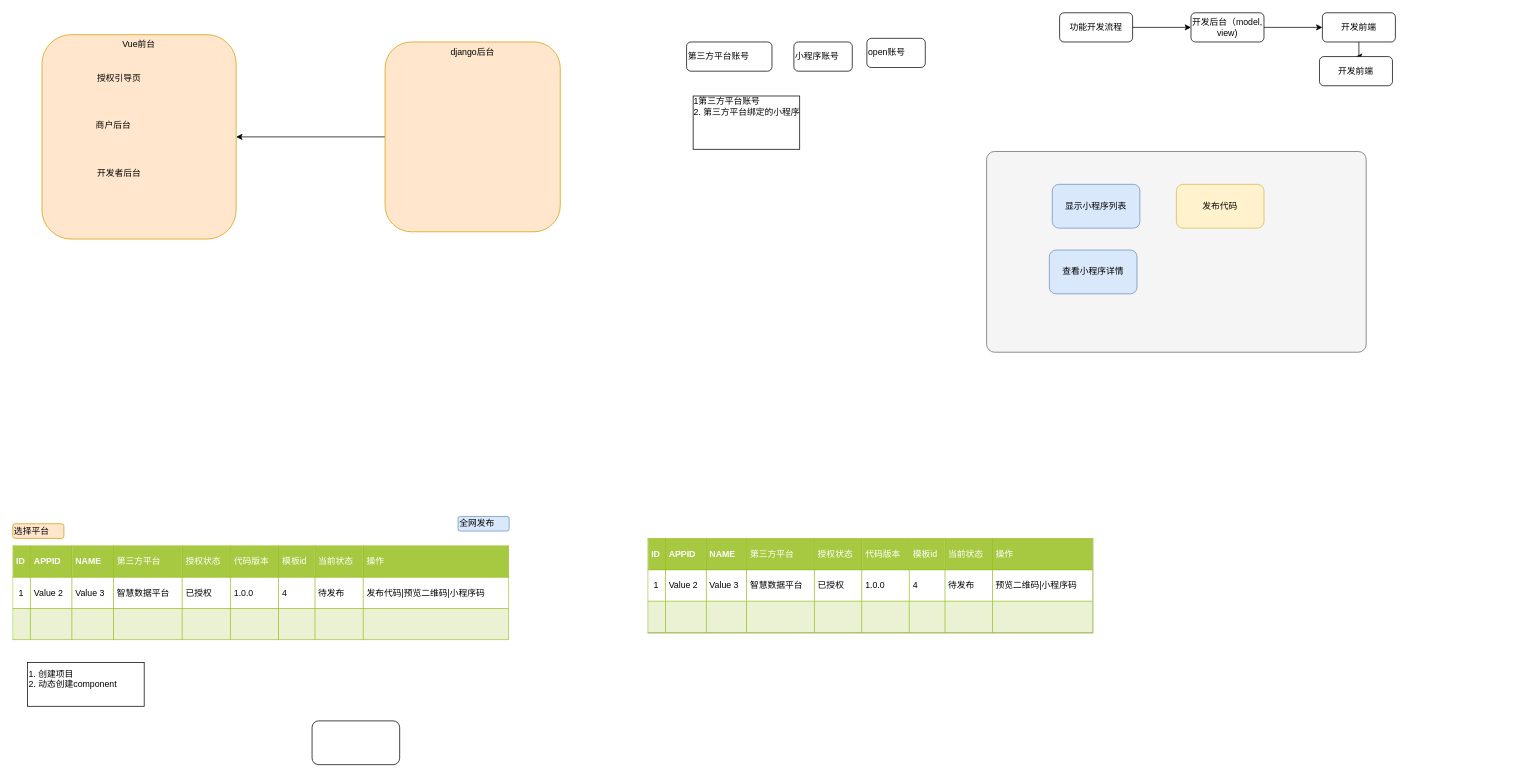
The draw.io diagram page "wxa_platform" (1 of 5) of assets/drawio/wxa_platform.drawio in atanx/atanx.github.io, before the edit. Source tidied: cells renumbered, new cells numbered last; positions are measured from the earlier drawing's top-left corner, leaving out a move shared by most shapes. Both pictures are drawn from the tidied source at 73%, with x=0, y=0 at pixel (12, 12).
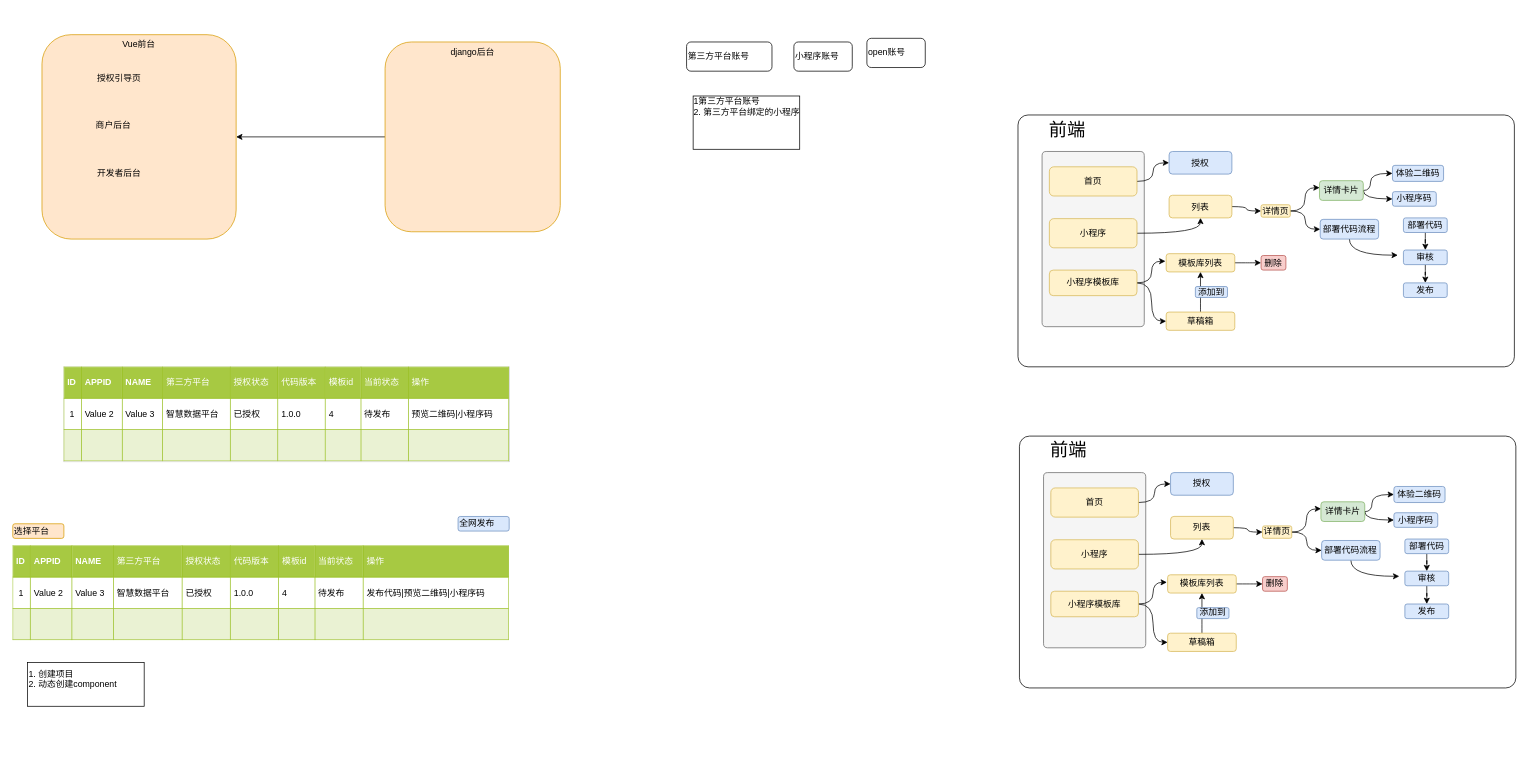
The same page after the edit.

The edit, as a diff of the source:
```diff
@@
+    <mxCell id="29" style="rounded=1;whiteSpace=wrap;html=1;arcSize=5;" parent="1" vertex="1">
+      <mxGeometry x="1900" y="273" width="75" height="127" as="geometry" />
+    </mxCell>
+    <mxCell id="30" style="rounded=1;whiteSpace=wrap;html=1;arcSize=4;" parent="1" vertex="1">
+      <mxGeometry x="1377" y="140" width="680" height="345" as="geometry" />
+    </mxCell>
     <mxCell id="2" style="rounded=1;whiteSpace=wrap;html=1;arcSize=4;fillColor=#f5f5f5;strokeColor=#666666;fontColor=#333333;" parent="1" vertex="1">
-      <mxGeometry x="1334" y="190" width="520" height="275" as="geometry" />
+      <mxGeometry x="1410" y="190" width="140" height="240" as="geometry" />
     </mxCell>
@@
+    <mxCell id="31" style="edgeStyle=orthogonalEdgeStyle;curved=1;rounded=0;jettySize=auto;html=1;" parent="1" edge="1" source="12" target="32">
+      <mxGeometry relative="1" as="geometry" />
+    </mxCell>
-    <mxCell id="12" value="发布代码" style="rounded=1;whiteSpace=wrap;html=1;fillColor=#fff2cc;strokeColor=#d6b656;" parent="1" vertex="1">
-      <mxGeometry x="1594" y="235" width="120" height="60" as="geometry" />
+    <mxCell id="12" value="模板库列表" style="rounded=1;whiteSpace=wrap;html=1;fillColor=#fff2cc;strokeColor=#d6b656;" parent="1" vertex="1">
+      <mxGeometry x="1580" y="330" width="94" height="25" as="geometry" />
     </mxCell>
+    <mxCell id="32" value="删除" style="rounded=1;whiteSpace=wrap;html=1;fillColor=#f8cecc;strokeColor=#b85450;" parent="1" vertex="1">
+      <mxGeometry x="1710" y="332.5" width="34" height="20" as="geometry" />
+    </mxCell>
+    <mxCell id="33" style="edgeStyle=orthogonalEdgeStyle;curved=1;rounded=0;jettySize=auto;html=1;" parent="1" edge="1" source="13" target="35">
+      <mxGeometry relative="1" as="geometry" />
+    </mxCell>
-    <mxCell id="13" value="显示小程序列表" style="rounded=1;whiteSpace=wrap;html=1;fillColor=#dae8fc;strokeColor=#6c8ebf;" parent="1" vertex="1">
-      <mxGeometry x="1424" y="235" width="120" height="60" as="geometry" />
+    <mxCell id="13" value="小程序" style="rounded=1;whiteSpace=wrap;html=1;fillColor=#fff2cc;strokeColor=#d6b656;" parent="1" vertex="1">
+      <mxGeometry x="1420" y="282" width="120" height="40" as="geometry" />
     </mxCell>
+    <mxCell id="34" style="edgeStyle=orthogonalEdgeStyle;curved=1;rounded=0;jettySize=auto;html=1;" parent="1" edge="1" source="35" target="38">
+      <mxGeometry relative="1" as="geometry" />
+    </mxCell>
+    <mxCell id="35" value="列表" style="rounded=1;whiteSpace=wrap;html=1;fillColor=#fff2cc;strokeColor=#d6b656;" parent="1" vertex="1">
+      <mxGeometry x="1584" y="250" width="86" height="31" as="geometry" />
+    </mxCell>
+    <mxCell id="36" style="edgeStyle=orthogonalEdgeStyle;curved=1;rounded=0;jettySize=auto;html=1;entryX=0.003;entryY=0.356;entryDx=0;entryDy=0;entryPerimeter=0;" parent="1" edge="1" source="38" target="41">
+      <mxGeometry relative="1" as="geometry" />
+    </mxCell>
+    <mxCell id="37" style="edgeStyle=orthogonalEdgeStyle;curved=1;rounded=0;jettySize=auto;html=1;exitX=1;exitY=0.5;exitDx=0;exitDy=0;entryX=0;entryY=0.5;entryDx=0;entryDy=0;" parent="1" edge="1" source="38" target="49">
+      <mxGeometry relative="1" as="geometry" />
+    </mxCell>
+    <mxCell id="38" value="详情页" style="rounded=1;whiteSpace=wrap;html=1;fillColor=#fff2cc;strokeColor=#d6b656;" parent="1" vertex="1">
+      <mxGeometry x="1710" y="263" width="40" height="17" as="geometry" />
+    </mxCell>
+    <mxCell id="39" style="edgeStyle=orthogonalEdgeStyle;curved=1;rounded=0;jettySize=auto;html=1;entryX=0;entryY=0.5;entryDx=0;entryDy=0;" parent="1" edge="1" source="41" target="42">
+      <mxGeometry relative="1" as="geometry">
+        <Array as="points">
+          <mxPoint x="1860" y="244" />
+          <mxPoint x="1860" y="220" />
+        </Array>
+      </mxGeometry>
+    </mxCell>
+    <mxCell id="40" style="edgeStyle=orthogonalEdgeStyle;curved=1;rounded=0;jettySize=auto;html=1;exitX=1;exitY=0.5;exitDx=0;exitDy=0;entryX=0;entryY=0.5;entryDx=0;entryDy=0;" parent="1" edge="1" source="41" target="50">
+      <mxGeometry relative="1" as="geometry">
+        <Array as="points">
+          <mxPoint x="1850" y="255" />
+        </Array>
+      </mxGeometry>
+    </mxCell>
+    <mxCell id="41" value="详情卡片" style="rounded=1;whiteSpace=wrap;html=1;fillColor=#d5e8d4;strokeColor=#82b366;" parent="1" vertex="1">
+      <mxGeometry x="1790" y="230" width="60" height="27" as="geometry" />
+    </mxCell>
+    <mxCell id="42" value="体验二维码" style="rounded=1;whiteSpace=wrap;html=1;fillColor=#dae8fc;strokeColor=#6c8ebf;" parent="1" vertex="1">
+      <mxGeometry x="1890" y="209" width="70" height="22" as="geometry" />
+    </mxCell>
+    <mxCell id="43" style="edgeStyle=orthogonalEdgeStyle;rounded=0;jettySize=auto;html=1;exitX=1;exitY=0.5;exitDx=0;exitDy=0;entryX=0;entryY=0.5;entryDx=0;entryDy=0;curved=1;" parent="1" edge="1" source="14" target="46">
+      <mxGeometry relative="1" as="geometry" />
+    </mxCell>
+    <mxCell id="44" style="edgeStyle=orthogonalEdgeStyle;curved=1;rounded=0;jettySize=auto;html=1;exitX=1;exitY=0.5;exitDx=0;exitDy=0;entryX=-0.011;entryY=0.413;entryDx=0;entryDy=0;entryPerimeter=0;" parent="1" edge="1" source="14" target="12">
+      <mxGeometry relative="1" as="geometry" />
+    </mxCell>
-    <mxCell id="14" value="查看小程序详情" style="rounded=1;whiteSpace=wrap;html=1;fillColor=#dae8fc;strokeColor=#6c8ebf;" parent="1" vertex="1">
-      <mxGeometry x="1420" y="325" width="120" height="60" as="geometry" />
+    <mxCell id="14" value="小程序模板库" style="rounded=1;whiteSpace=wrap;html=1;fillColor=#fff2cc;strokeColor=#d6b656;" parent="1" vertex="1">
+      <mxGeometry x="1420" y="352.5" width="120" height="35" as="geometry" />
     </mxCell>
@@
-    <mxCell id="16" style="edgeStyle=orthogonalEdgeStyle;rounded=0;jettySize=auto;html=1;" parent="1" edge="1" source="17" target="19">
-      <mxGeometry relative="1" as="geometry" />
-    </mxCell>
-    <mxCell id="17" value="功能开发流程" style="rounded=1;whiteSpace=wrap;html=1;" parent="1" vertex="1">
-      <mxGeometry x="1434" width="100" height="40" as="geometry" />
-    </mxCell>
-    <mxCell id="18" style="edgeStyle=orthogonalEdgeStyle;rounded=0;jettySize=auto;html=1;" parent="1" edge="1" source="19" target="21">
-      <mxGeometry relative="1" as="geometry" />
-    </mxCell>
-    <mxCell id="19" value="开发后台（model, view)" style="rounded=1;whiteSpace=wrap;html=1;" parent="1" vertex="1">
-      <mxGeometry x="1614" width="100" height="40" as="geometry" />
-    </mxCell>
-    <mxCell id="20" style="edgeStyle=orthogonalEdgeStyle;rounded=0;jettySize=auto;html=1;" parent="1" edge="1" source="21" target="22">
-      <mxGeometry relative="1" as="geometry" />
-    </mxCell>
-    <mxCell id="21" value="开发前端" style="rounded=1;whiteSpace=wrap;html=1;" parent="1" vertex="1">
-      <mxGeometry x="1794" width="100" height="40" as="geometry" />
-    </mxCell>
-    <mxCell id="22" value="开发前端" style="rounded=1;whiteSpace=wrap;html=1;" parent="1" vertex="1">
-      <mxGeometry x="1790" y="60" width="100" height="40" as="geometry" />
-    </mxCell>
@@
     <mxCell id="27" value="&lt;table border=&quot;1&quot; width=&quot;100%&quot; cellpadding=&quot;4&quot; style=&quot;width: 100% ; height: 100% ; border-collapse: collapse&quot;&gt;&lt;tbody&gt;&lt;tr style=&quot;background-color: #a7c942 ; color: #ffffff ; border: 1px solid #98bf21&quot;&gt;&lt;th align=&quot;left&quot;&gt;ID&lt;/th&gt;&lt;th align=&quot;left&quot;&gt;APPID&lt;/th&gt;&lt;th align=&quot;left&quot;&gt;NAME&lt;/th&gt;&lt;td&gt;第三方平台&lt;/td&gt;&lt;td&gt;授权状态&lt;/td&gt;&lt;td&gt;代码版本&lt;/td&gt;&lt;td&gt;模板id&lt;/td&gt;&lt;td&gt;当前状态&lt;/td&gt;&lt;td&gt;操作&lt;/td&gt;&lt;/tr&gt;&lt;tr style=&quot;border: 1px solid #98bf21&quot;&gt;&lt;td&gt;&amp;nbsp;1&lt;/td&gt;&lt;td&gt;Value 2&lt;/td&gt;&lt;td&gt;Value 3&lt;/td&gt;&lt;td&gt;智慧数据平台&lt;/td&gt;&lt;td&gt;已授权&lt;/td&gt;&lt;td&gt;1.0.0&lt;/td&gt;&lt;td&gt;4&lt;/td&gt;&lt;td&gt;待发布&lt;/td&gt;&lt;td&gt;预览二维码|小程序码&lt;/td&gt;&lt;/tr&gt;&lt;tr style=&quot;background-color: #eaf2d3 ; border: 1px solid #98bf21&quot;&gt;&lt;td&gt;&lt;br&gt;&lt;/td&gt;&lt;td&gt;&lt;/td&gt;&lt;td&gt;&lt;/td&gt;&lt;td&gt;&lt;br&gt;&lt;/td&gt;&lt;td&gt;&lt;br&gt;&lt;/td&gt;&lt;td&gt;&lt;br&gt;&lt;/td&gt;&lt;td&gt;&lt;br&gt;&lt;/td&gt;&lt;td&gt;&lt;br&gt;&lt;/td&gt;&lt;td&gt;&lt;br&gt;&lt;/td&gt;&lt;/tr&gt;&lt;/tbody&gt;&lt;/table&gt;" style="text;html=1;strokeColor=#c0c0c0;fillColor=#ffffff;overflow=fill;rounded=0;labelBackgroundColor=#ffffff;align=left;" parent="1" vertex="1">
-      <mxGeometry x="870" y="720" width="610" height="130" as="geometry" />
+      <mxGeometry x="70" y="485" width="610" height="130" as="geometry" />
     </mxCell>
-    <mxCell id="28" style="rounded=1;whiteSpace=wrap;html=1;" parent="1" vertex="1">
-      <mxGeometry x="410" y="970" width="120" height="60" as="geometry" />
-    </mxCell>
+    <mxCell id="45" style="edgeStyle=orthogonalEdgeStyle;curved=1;rounded=0;jettySize=auto;html=1;" parent="1" edge="1" source="46" target="12">
+      <mxGeometry relative="1" as="geometry" />
+    </mxCell>
+    <mxCell id="46" value="草稿箱" style="rounded=1;whiteSpace=wrap;html=1;fillColor=#fff2cc;strokeColor=#d6b656;" parent="1" vertex="1">
+      <mxGeometry x="1580" y="410" width="94" height="25" as="geometry" />
+    </mxCell>
+    <mxCell id="47" value="添加到" style="rounded=1;whiteSpace=wrap;html=1;fillColor=#dae8fc;strokeColor=#6c8ebf;" parent="1" vertex="1">
+      <mxGeometry x="1620" y="375" width="44" height="15" as="geometry" />
+    </mxCell>
+    <mxCell id="48" style="edgeStyle=orthogonalEdgeStyle;curved=1;rounded=0;jettySize=auto;html=1;exitX=0.5;exitY=1;exitDx=0;exitDy=0;entryX=-0.036;entryY=0.465;entryDx=0;entryDy=0;entryPerimeter=0;" parent="1" edge="1" source="49" target="29">
+      <mxGeometry relative="1" as="geometry" />
+    </mxCell>
+    <mxCell id="49" value="部署代码流程" style="rounded=1;whiteSpace=wrap;html=1;fillColor=#dae8fc;strokeColor=#6c8ebf;" parent="1" vertex="1">
+      <mxGeometry x="1791" y="283" width="80" height="27" as="geometry" />
+    </mxCell>
+    <mxCell id="50" value="小程序码" style="rounded=1;whiteSpace=wrap;html=1;fillColor=#dae8fc;strokeColor=#6c8ebf;" parent="1" vertex="1">
+      <mxGeometry x="1890" y="245" width="60" height="20" as="geometry" />
+    </mxCell>
+    <mxCell id="51" style="edgeStyle=orthogonalEdgeStyle;curved=1;rounded=0;jettySize=auto;html=1;" parent="1" edge="1" source="52" target="54">
+      <mxGeometry relative="1" as="geometry" />
+    </mxCell>
+    <mxCell id="52" value="部署代码" style="rounded=1;whiteSpace=wrap;html=1;fillColor=#dae8fc;strokeColor=#6c8ebf;" parent="1" vertex="1">
+      <mxGeometry x="1905" y="281" width="60" height="20" as="geometry" />
+    </mxCell>
+    <mxCell id="53" style="edgeStyle=orthogonalEdgeStyle;curved=1;rounded=0;jettySize=auto;html=1;" parent="1" edge="1" source="54" target="55">
+      <mxGeometry relative="1" as="geometry" />
+    </mxCell>
+    <mxCell id="54" value="审核" style="rounded=1;whiteSpace=wrap;html=1;fillColor=#dae8fc;strokeColor=#6c8ebf;" parent="1" vertex="1">
+      <mxGeometry x="1905" y="325" width="60" height="20" as="geometry" />
+    </mxCell>
+    <mxCell id="55" value="发布" style="rounded=1;whiteSpace=wrap;html=1;fillColor=#dae8fc;strokeColor=#6c8ebf;" parent="1" vertex="1">
+      <mxGeometry x="1905" y="370" width="60" height="20" as="geometry" />
+    </mxCell>
+    <mxCell id="56" style="edgeStyle=orthogonalEdgeStyle;curved=1;rounded=0;jettySize=auto;html=1;exitX=1;exitY=0.5;exitDx=0;exitDy=0;entryX=0;entryY=0.5;entryDx=0;entryDy=0;" parent="1" edge="1" source="57" target="58">
+      <mxGeometry relative="1" as="geometry" />
+    </mxCell>
+    <mxCell id="57" value="首页" style="rounded=1;whiteSpace=wrap;html=1;fillColor=#fff2cc;strokeColor=#d6b656;" parent="1" vertex="1">
+      <mxGeometry x="1420" y="211" width="120" height="40" as="geometry" />
+    </mxCell>
+    <mxCell id="58" value="授权" style="rounded=1;whiteSpace=wrap;html=1;fillColor=#dae8fc;strokeColor=#6c8ebf;" parent="1" vertex="1">
+      <mxGeometry x="1584" y="190" width="86" height="31" as="geometry" />
+    </mxCell>
+    <mxCell id="59" value="前端" style="text;html=1;strokeColor=none;fillColor=none;align=center;verticalAlign=middle;whiteSpace=wrap;rounded=0;fontSize=25;" parent="1" vertex="1">
+      <mxGeometry x="1399" y="147" width="91" height="23" as="geometry" />
+    </mxCell>
+    <mxCell id="60" style="rounded=1;whiteSpace=wrap;html=1;arcSize=5;" parent="1" vertex="1">
+      <mxGeometry x="1902" y="712.9" width="75" height="127" as="geometry" />
+    </mxCell>
+    <mxCell id="61" style="rounded=1;whiteSpace=wrap;html=1;arcSize=4;" parent="1" vertex="1">
+      <mxGeometry x="1379" y="579.9" width="680" height="345" as="geometry" />
+    </mxCell>
+    <mxCell id="62" style="rounded=1;whiteSpace=wrap;html=1;arcSize=4;fillColor=#f5f5f5;strokeColor=#666666;fontColor=#333333;" parent="1" vertex="1">
+      <mxGeometry x="1412" y="629.9" width="140" height="240" as="geometry" />
+    </mxCell>
+    <mxCell id="63" style="edgeStyle=orthogonalEdgeStyle;curved=1;rounded=0;jettySize=auto;html=1;" parent="1" edge="1" source="64" target="65">
+      <mxGeometry relative="1" as="geometry" />
+    </mxCell>
+    <mxCell id="64" value="模板库列表" style="rounded=1;whiteSpace=wrap;html=1;fillColor=#fff2cc;strokeColor=#d6b656;" parent="1" vertex="1">
+      <mxGeometry x="1582" y="769.9" width="94" height="25" as="geometry" />
+    </mxCell>
+    <mxCell id="65" value="删除" style="rounded=1;whiteSpace=wrap;html=1;fillColor=#f8cecc;strokeColor=#b85450;" parent="1" vertex="1">
+      <mxGeometry x="1712" y="772.4" width="34" height="20" as="geometry" />
+    </mxCell>
+    <mxCell id="66" style="edgeStyle=orthogonalEdgeStyle;curved=1;rounded=0;jettySize=auto;html=1;" parent="1" edge="1" source="67" target="69">
+      <mxGeometry relative="1" as="geometry" />
+    </mxCell>
+    <mxCell id="67" value="小程序" style="rounded=1;whiteSpace=wrap;html=1;fillColor=#fff2cc;strokeColor=#d6b656;" parent="1" vertex="1">
+      <mxGeometry x="1422" y="721.9" width="120" height="40" as="geometry" />
+    </mxCell>
+    <mxCell id="68" style="edgeStyle=orthogonalEdgeStyle;curved=1;rounded=0;jettySize=auto;html=1;" parent="1" edge="1" source="69" target="72">
+      <mxGeometry relative="1" as="geometry" />
+    </mxCell>
+    <mxCell id="69" value="列表" style="rounded=1;whiteSpace=wrap;html=1;fillColor=#fff2cc;strokeColor=#d6b656;" parent="1" vertex="1">
+      <mxGeometry x="1586" y="689.9" width="86" height="31" as="geometry" />
+    </mxCell>
+    <mxCell id="70" style="edgeStyle=orthogonalEdgeStyle;curved=1;rounded=0;jettySize=auto;html=1;entryX=0.003;entryY=0.356;entryDx=0;entryDy=0;entryPerimeter=0;" parent="1" edge="1" source="72" target="75">
+      <mxGeometry relative="1" as="geometry" />
+    </mxCell>
+    <mxCell id="71" style="edgeStyle=orthogonalEdgeStyle;curved=1;rounded=0;jettySize=auto;html=1;exitX=1;exitY=0.5;exitDx=0;exitDy=0;entryX=0;entryY=0.5;entryDx=0;entryDy=0;" parent="1" edge="1" source="72" target="84">
+      <mxGeometry relative="1" as="geometry" />
+    </mxCell>
+    <mxCell id="72" value="详情页" style="rounded=1;whiteSpace=wrap;html=1;fillColor=#fff2cc;strokeColor=#d6b656;" parent="1" vertex="1">
+      <mxGeometry x="1712" y="702.9" width="40" height="17" as="geometry" />
+    </mxCell>
+    <mxCell id="73" style="edgeStyle=orthogonalEdgeStyle;curved=1;rounded=0;jettySize=auto;html=1;entryX=0;entryY=0.5;entryDx=0;entryDy=0;" parent="1" edge="1" source="75" target="76">
+      <mxGeometry relative="1" as="geometry">
+        <Array as="points">
+          <mxPoint x="1862" y="683.9" />
+          <mxPoint x="1862" y="659.9" />
+        </Array>
+      </mxGeometry>
+    </mxCell>
+    <mxCell id="74" style="edgeStyle=orthogonalEdgeStyle;curved=1;rounded=0;jettySize=auto;html=1;exitX=1;exitY=0.5;exitDx=0;exitDy=0;entryX=0;entryY=0.5;entryDx=0;entryDy=0;" parent="1" edge="1" source="75" target="85">
+      <mxGeometry relative="1" as="geometry">
+        <Array as="points">
+          <mxPoint x="1852" y="694.9" />
+        </Array>
+      </mxGeometry>
+    </mxCell>
+    <mxCell id="75" value="详情卡片" style="rounded=1;whiteSpace=wrap;html=1;fillColor=#d5e8d4;strokeColor=#82b366;" parent="1" vertex="1">
+      <mxGeometry x="1792" y="669.9" width="60" height="27" as="geometry" />
+    </mxCell>
+    <mxCell id="76" value="体验二维码" style="rounded=1;whiteSpace=wrap;html=1;fillColor=#dae8fc;strokeColor=#6c8ebf;" parent="1" vertex="1">
+      <mxGeometry x="1892" y="648.9" width="70" height="22" as="geometry" />
+    </mxCell>
+    <mxCell id="77" style="edgeStyle=orthogonalEdgeStyle;rounded=0;jettySize=auto;html=1;exitX=1;exitY=0.5;exitDx=0;exitDy=0;entryX=0;entryY=0.5;entryDx=0;entryDy=0;curved=1;" parent="1" edge="1" source="79" target="81">
+      <mxGeometry relative="1" as="geometry" />
+    </mxCell>
+    <mxCell id="78" style="edgeStyle=orthogonalEdgeStyle;curved=1;rounded=0;jettySize=auto;html=1;exitX=1;exitY=0.5;exitDx=0;exitDy=0;entryX=-0.011;entryY=0.413;entryDx=0;entryDy=0;entryPerimeter=0;" parent="1" edge="1" source="79" target="64">
+      <mxGeometry relative="1" as="geometry" />
+    </mxCell>
+    <mxCell id="79" value="小程序模板库" style="rounded=1;whiteSpace=wrap;html=1;fillColor=#fff2cc;strokeColor=#d6b656;" parent="1" vertex="1">
+      <mxGeometry x="1422" y="792.4" width="120" height="35" as="geometry" />
+    </mxCell>
+    <mxCell id="80" style="edgeStyle=orthogonalEdgeStyle;curved=1;rounded=0;jettySize=auto;html=1;" parent="1" edge="1" source="81" target="64">
+      <mxGeometry relative="1" as="geometry" />
+    </mxCell>
+    <mxCell id="81" value="草稿箱" style="rounded=1;whiteSpace=wrap;html=1;fillColor=#fff2cc;strokeColor=#d6b656;" parent="1" vertex="1">
+      <mxGeometry x="1582" y="849.9" width="94" height="25" as="geometry" />
+    </mxCell>
+    <mxCell id="82" value="添加到" style="rounded=1;whiteSpace=wrap;html=1;fillColor=#dae8fc;strokeColor=#6c8ebf;" parent="1" vertex="1">
+      <mxGeometry x="1622" y="814.9" width="44" height="15" as="geometry" />
+    </mxCell>
+    <mxCell id="83" style="edgeStyle=orthogonalEdgeStyle;curved=1;rounded=0;jettySize=auto;html=1;exitX=0.5;exitY=1;exitDx=0;exitDy=0;entryX=-0.036;entryY=0.465;entryDx=0;entryDy=0;entryPerimeter=0;" parent="1" edge="1" source="84" target="60">
+      <mxGeometry relative="1" as="geometry" />
+    </mxCell>
+    <mxCell id="84" value="部署代码流程" style="rounded=1;whiteSpace=wrap;html=1;fillColor=#dae8fc;strokeColor=#6c8ebf;" parent="1" vertex="1">
+      <mxGeometry x="1793" y="722.9" width="80" height="27" as="geometry" />
+    </mxCell>
+    <mxCell id="85" value="小程序码" style="rounded=1;whiteSpace=wrap;html=1;fillColor=#dae8fc;strokeColor=#6c8ebf;" parent="1" vertex="1">
+      <mxGeometry x="1892" y="684.9" width="60" height="20" as="geometry" />
+    </mxCell>
+    <mxCell id="86" style="edgeStyle=orthogonalEdgeStyle;curved=1;rounded=0;jettySize=auto;html=1;" parent="1" edge="1" source="87" target="89">
+      <mxGeometry relative="1" as="geometry" />
+    </mxCell>
+    <mxCell id="87" value="部署代码" style="rounded=1;whiteSpace=wrap;html=1;fillColor=#dae8fc;strokeColor=#6c8ebf;" parent="1" vertex="1">
+      <mxGeometry x="1907" y="720.9" width="60" height="20" as="geometry" />
+    </mxCell>
+    <mxCell id="88" style="edgeStyle=orthogonalEdgeStyle;curved=1;rounded=0;jettySize=auto;html=1;" parent="1" edge="1" source="89" target="90">
+      <mxGeometry relative="1" as="geometry" />
+    </mxCell>
+    <mxCell id="89" value="审核" style="rounded=1;whiteSpace=wrap;html=1;fillColor=#dae8fc;strokeColor=#6c8ebf;" parent="1" vertex="1">
+      <mxGeometry x="1907" y="764.9" width="60" height="20" as="geometry" />
+    </mxCell>
+    <mxCell id="90" value="发布" style="rounded=1;whiteSpace=wrap;html=1;fillColor=#dae8fc;strokeColor=#6c8ebf;" parent="1" vertex="1">
+      <mxGeometry x="1907" y="809.9" width="60" height="20" as="geometry" />
+    </mxCell>
+    <mxCell id="91" style="edgeStyle=orthogonalEdgeStyle;curved=1;rounded=0;jettySize=auto;html=1;exitX=1;exitY=0.5;exitDx=0;exitDy=0;entryX=0;entryY=0.5;entryDx=0;entryDy=0;" parent="1" edge="1" source="92" target="93">
+      <mxGeometry relative="1" as="geometry" />
+    </mxCell>
+    <mxCell id="92" value="首页" style="rounded=1;whiteSpace=wrap;html=1;fillColor=#fff2cc;strokeColor=#d6b656;" parent="1" vertex="1">
+      <mxGeometry x="1422" y="650.9" width="120" height="40" as="geometry" />
+    </mxCell>
+    <mxCell id="93" value="授权" style="rounded=1;whiteSpace=wrap;html=1;fillColor=#dae8fc;strokeColor=#6c8ebf;" parent="1" vertex="1">
+      <mxGeometry x="1586" y="629.9" width="86" height="31" as="geometry" />
+    </mxCell>
+    <mxCell id="94" value="前端" style="text;html=1;strokeColor=none;fillColor=none;align=center;verticalAlign=middle;whiteSpace=wrap;rounded=0;fontSize=25;" parent="1" vertex="1">
+      <mxGeometry x="1401" y="586.9" width="91" height="23" as="geometry" />
+    </mxCell>
```
